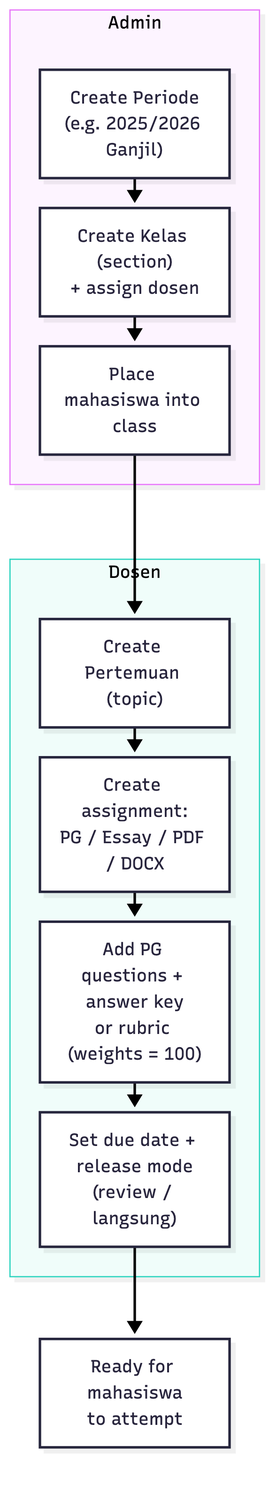
The Mermaid diagram docs/flows/03-course-setup.png in hansputera/umbima-smt1-tugas-generativeai, before a commit. Its source is kept beside it as docs/flows/03-course-setup.mmd. Its diagram source:
```mermaid
flowchart TD
  subgraph ADM["Admin"]
    A1["Create Periode<br/>(e.g. 2025/2026 Ganjil)"] --> A2["Create Kelas (section)<br/>+ assign dosen"]
    A2 --> A3["Place mahasiswa into class"]
  end
  subgraph DOS["Dosen"]
    B1["Create Pertemuan (topic)"] --> B2["Create assignment:<br/>PG / Essay / PDF / DOCX"]
    B2 --> B3["Add PG questions + answer key<br/>or rubric (weights = 100)"]
    B3 --> B4["Set due date + release mode<br/>(review / langsung)"]
  end
  A3 --> B1
  B4 --> C["Ready for mahasiswa<br/>to attempt"]
```
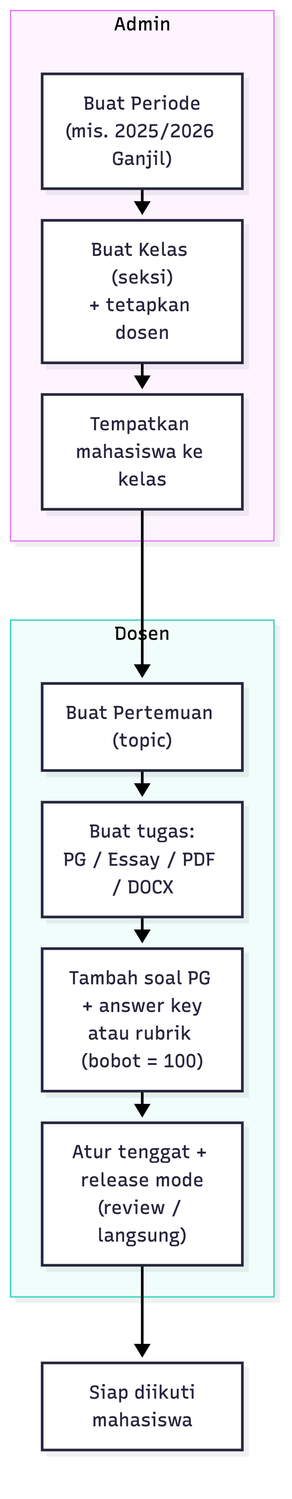
After the commit.

The edit, as a diff of the source:
```diff
@@ -1,12 +1,12 @@
 flowchart TD
   subgraph ADM["Admin"]
-    A1["Create Periode<br/>(e.g. 2025/2026 Ganjil)"] --> A2["Create Kelas (section)<br/>+ assign dosen"]
-    A2 --> A3["Place mahasiswa into class"]
+    A1["Buat Periode<br/>(mis. 2025/2026 Ganjil)"] --> A2["Buat Kelas (seksi)<br/>+ tetapkan dosen"]
+    A2 --> A3["Tempatkan mahasiswa ke kelas"]
   end
   subgraph DOS["Dosen"]
-    B1["Create Pertemuan (topic)"] --> B2["Create assignment:<br/>PG / Essay / PDF / DOCX"]
-    B2 --> B3["Add PG questions + answer key<br/>or rubric (weights = 100)"]
-    B3 --> B4["Set due date + release mode<br/>(review / langsung)"]
+    B1["Buat Pertemuan (topic)"] --> B2["Buat tugas:<br/>PG / Essay / PDF / DOCX"]
+    B2 --> B3["Tambah soal PG + answer key<br/>atau rubrik (bobot = 100)"]
+    B3 --> B4["Atur tenggat + release mode<br/>(review / langsung)"]
   end
   A3 --> B1
-  B4 --> C["Ready for mahasiswa<br/>to attempt"]
+  B4 --> C["Siap diikuti<br/>mahasiswa"]
```
